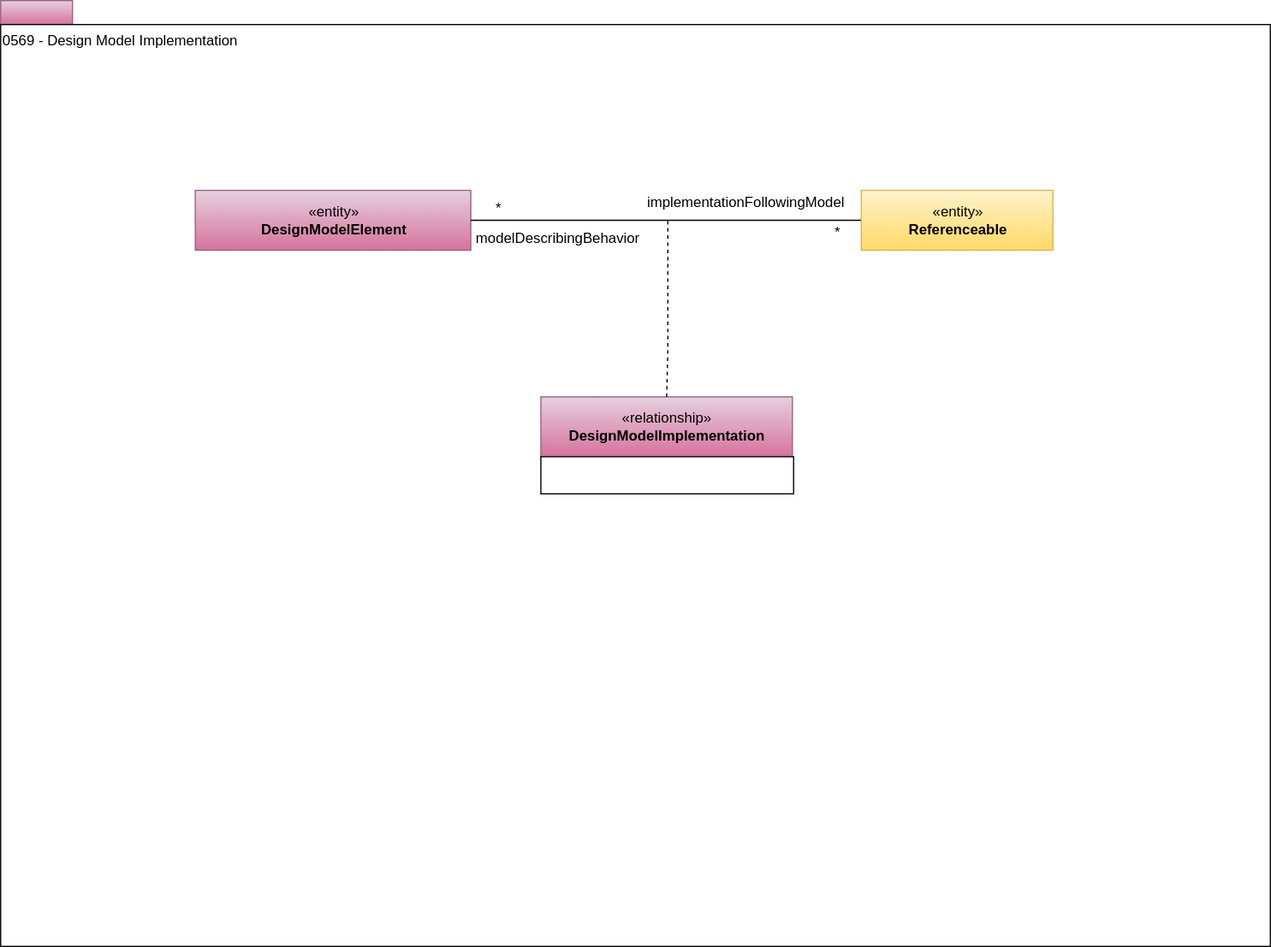
This is site/docs/types/5/0569-Design-Model-Implementation.svg from odpi/egeria-docs, a draw.io export, as it was before one commit. Source tidied: cells renumbered, new cells last; positions are measured from the earlier drawing's top-left corner, leaving out a move shared by most shapes. Its diagram source:
```xml
<mxGraphModel>
  <root>
    <mxCell id="0" />
    <mxCell id="1" parent="0" />
    <mxCell id="2" style="rounded=0;whiteSpace=wrap;html=1;align=left;fillColor=#e6d0de;strokeColor=#996185;gradientColor=#d5739d;" parent="1" vertex="1">
      <mxGeometry width="60" height="20" as="geometry" />
    </mxCell>
    <mxCell id="3" value="0569 - Design Model Implementation" style="rounded=0;whiteSpace=wrap;html=1;align=left;verticalAlign=top;" parent="1" vertex="1">
      <mxGeometry y="20" width="1060" height="770" as="geometry" />
    </mxCell>
    <mxCell id="4" value="«entity»&lt;br&gt;&lt;b&gt;DesignModelElement&lt;/b&gt;" style="html=1;strokeColor=#996185;align=center;fillColor=#e6d0de;gradientColor=#d5739d;" parent="1" vertex="1">
      <mxGeometry x="162.5" y="158.5" width="230" height="50" as="geometry" />
    </mxCell>
    <mxCell id="5" style="edgeStyle=orthogonalEdgeStyle;rounded=0;jettySize=auto;html=1;endArrow=none;endFill=0;" parent="1" edge="1" source="4" target="13">
      <mxGeometry relative="1" as="geometry" />
    </mxCell>
    <mxCell id="6" value="*" style="text;html=1;strokeColor=none;fillColor=none;align=center;verticalAlign=middle;whiteSpace=wrap;rounded=0;" parent="1" vertex="1">
      <mxGeometry x="678.5" y="183.5" width="40" height="20" as="geometry" />
    </mxCell>
    <mxCell id="7" value="implementationFollowingModel" style="text;html=1;strokeColor=none;fillColor=none;align=center;verticalAlign=middle;whiteSpace=wrap;rounded=0;" parent="1" vertex="1">
      <mxGeometry x="532" y="159" width="181" height="20" as="geometry" />
    </mxCell>
    <mxCell id="8" value="modelDescribingBehavior" style="text;html=1;strokeColor=none;fillColor=none;align=center;verticalAlign=middle;whiteSpace=wrap;rounded=0;" parent="1" vertex="1">
      <mxGeometry x="396" y="189" width="139" height="20" as="geometry" />
    </mxCell>
    <mxCell id="9" value="«relationship»&lt;br&gt;&lt;b&gt;DesignModelImplementation&lt;/b&gt;" style="html=1;strokeColor=#996185;align=center;fillColor=#e6d0de;gradientColor=#d5739d;" parent="1" vertex="1">
      <mxGeometry x="451" y="331" width="210" height="50" as="geometry" />
    </mxCell>
    <mxCell id="10" style="endArrow=none;dashed=1;html=1;entryX=0.5;entryY=0;entryDx=0;entryDy=0;" parent="1" edge="1" target="9">
      <mxGeometry relative="1" as="geometry">
        <mxPoint x="557" y="184" as="sourcePoint" />
        <Array as="points">
          <mxPoint x="557" y="292" />
        </Array>
      </mxGeometry>
    </mxCell>
    <mxCell id="11" value="&lt;div style=&quot;text-align: left&quot;&gt;&lt;br&gt;&lt;/div&gt;" style="rounded=0;whiteSpace=wrap;html=1;strokeColor=#000000;gradientColor=#ffffff;align=left;" parent="1" vertex="1">
      <mxGeometry x="451" y="381" width="211" height="31" as="geometry" />
    </mxCell>
    <mxCell id="12" value="*" style="text;html=1;strokeColor=none;fillColor=none;align=center;verticalAlign=middle;whiteSpace=wrap;rounded=0;" parent="1" vertex="1">
      <mxGeometry x="396" y="163.5" width="40" height="20" as="geometry" />
    </mxCell>
    <mxCell id="13" value="«entity»&lt;br&gt;&lt;b&gt;Referenceable&lt;/b&gt;" style="html=1;strokeColor=#d6b656;align=center;fillColor=#fff2cc;gradientColor=#ffd966;" parent="1" vertex="1">
      <mxGeometry x="718.5" y="158.5" width="160" height="50" as="geometry" />
    </mxCell>
  </root>
</mxGraphModel>
```
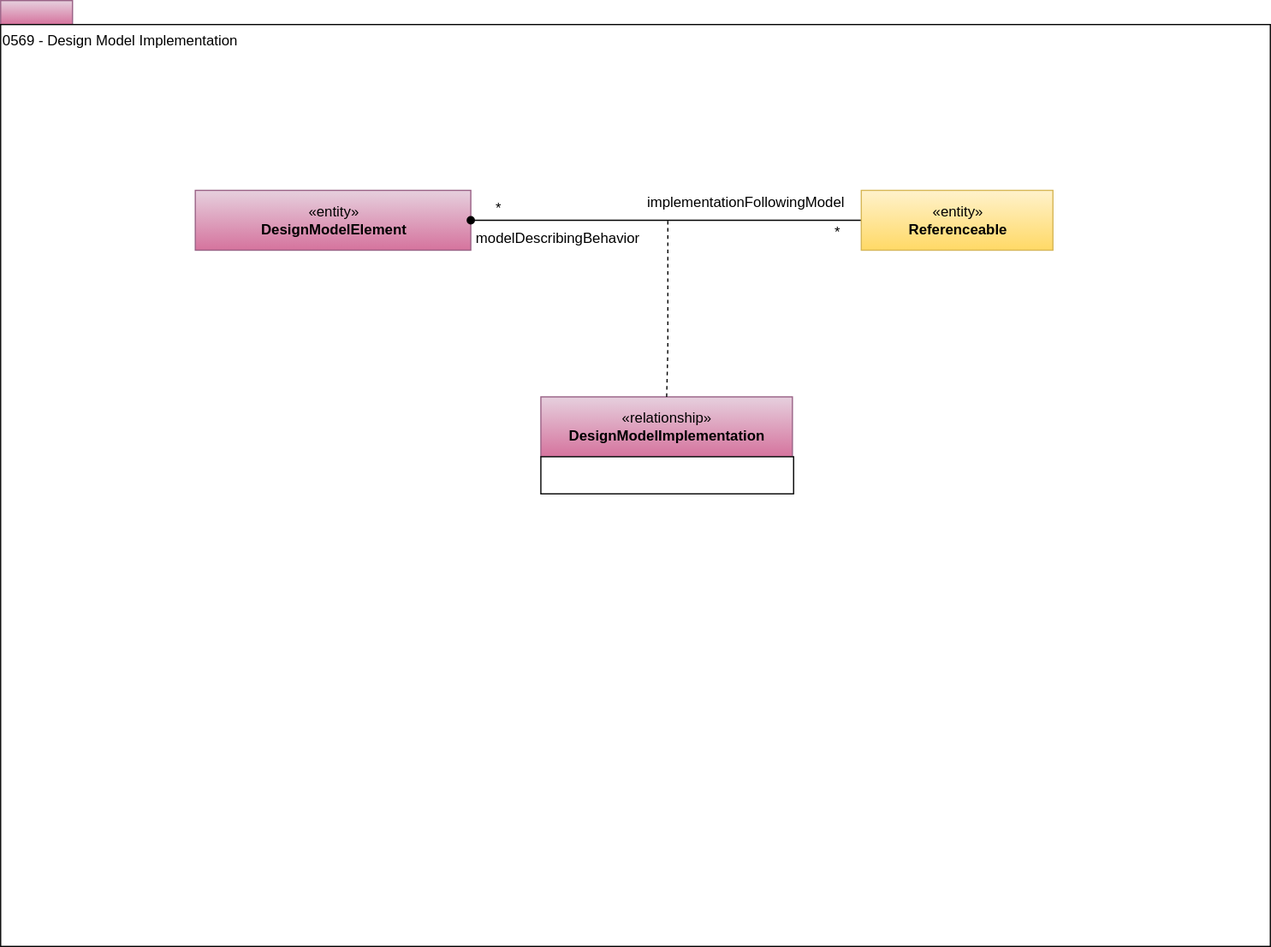
Above is the later version.

The edit, as a diff of the source:
```diff
@@ -11,7 +11,7 @@
     <mxCell id="4" value="«entity»&lt;br&gt;&lt;b&gt;DesignModelElement&lt;/b&gt;" style="html=1;strokeColor=#996185;align=center;fillColor=#e6d0de;gradientColor=#d5739d;" parent="1" vertex="1">
       <mxGeometry x="162.5" y="158.5" width="230" height="50" as="geometry" />
     </mxCell>
-    <mxCell id="5" style="edgeStyle=orthogonalEdgeStyle;rounded=0;jettySize=auto;html=1;endArrow=none;endFill=0;" parent="1" edge="1" source="4" target="13">
+    <mxCell id="5" style="edgeStyle=orthogonalEdgeStyle;rounded=0;jettySize=auto;html=1;endArrow=none;endFill=0;startArrow=oval;startFill=1;" parent="1" edge="1" source="4" target="13">
       <mxGeometry relative="1" as="geometry" />
     </mxCell>
     <mxCell id="6" value="*" style="text;html=1;strokeColor=none;fillColor=none;align=center;verticalAlign=middle;whiteSpace=wrap;rounded=0;" parent="1" vertex="1">
```
